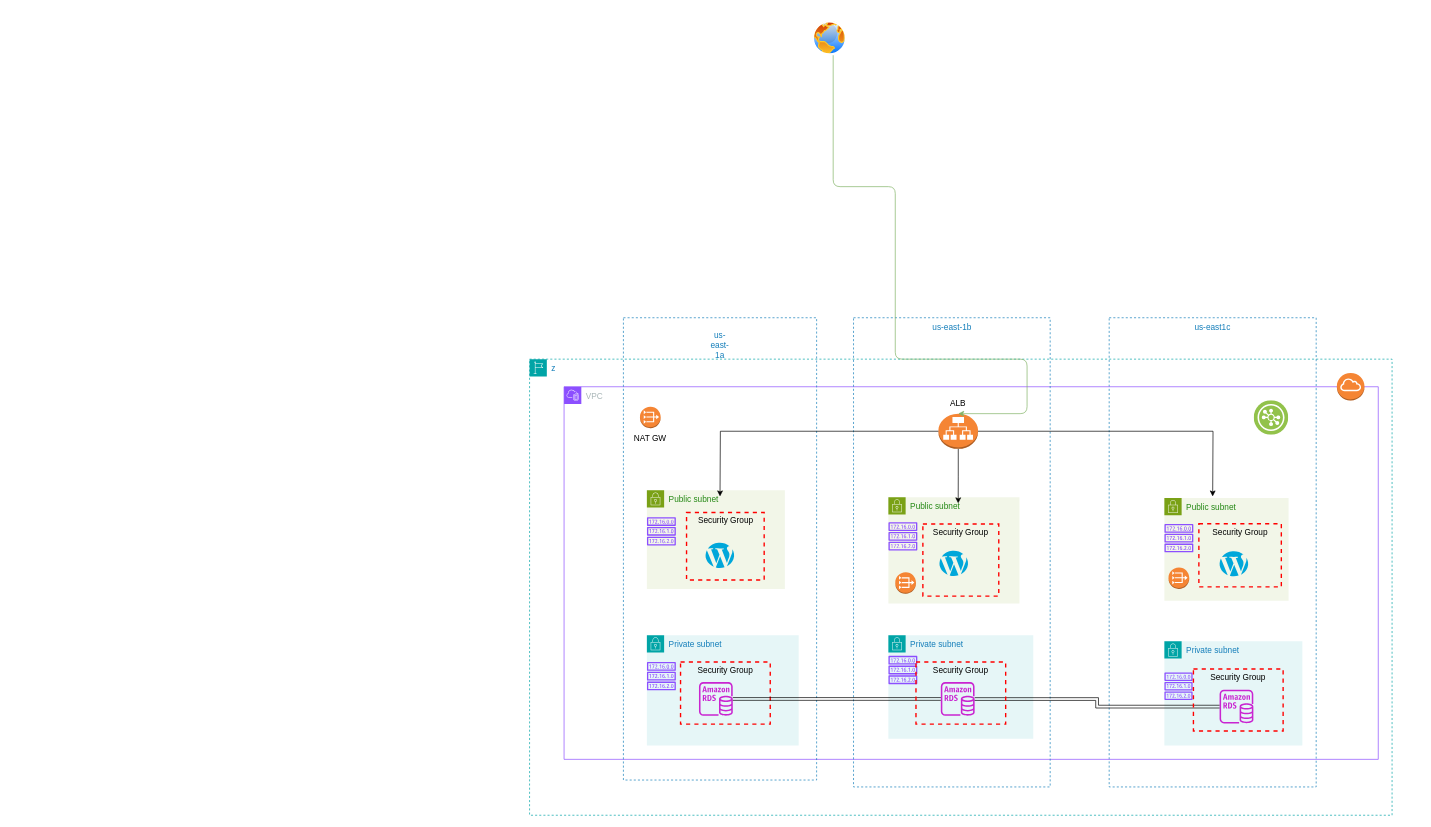
Before: Wordpress-Deploy-on-AWS-Architecture.drawio in franklynux/Advanced-WordPress-Deployment-on-AWS, a draw.io diagram. Source tidied: cells renumbered, new cells numbered last; positions are measured from the earlier drawing's top-left corner, leaving out a move shared by most shapes. Both pictures are drawn from the tidied source at 69%, with x=0, y=0 at pixel (529, 21).
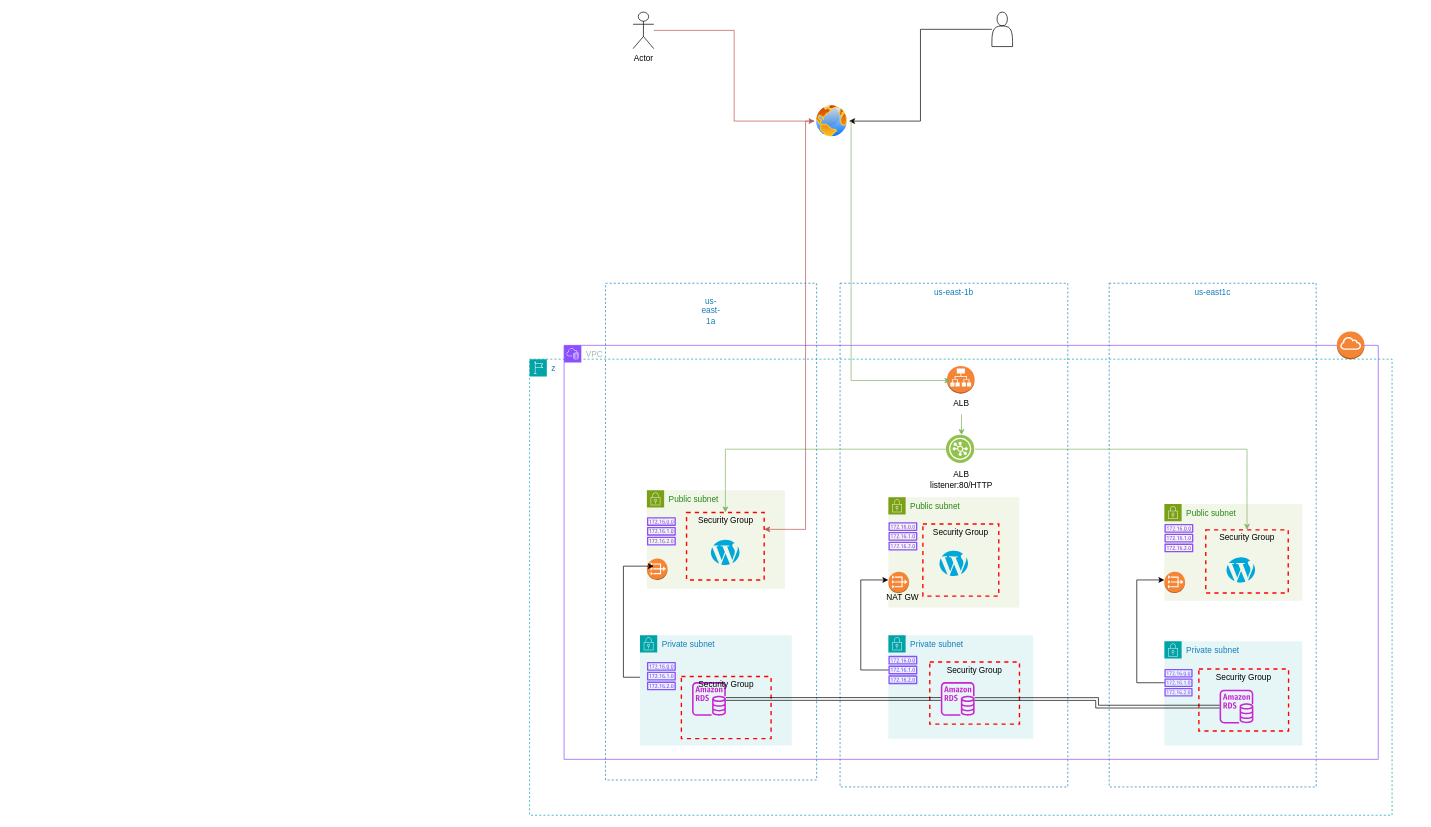
Above is the later version.

Unchanged cells that the change refers to:
```xml
<mxCell id="2" value="z" style="gradientColor=none;html=1;whiteSpace=wrap;fontSize=12;fontStyle=0;shape=mxgraph.aws4.group;grIcon=mxgraph.aws4.group_region;strokeColor=#00A4A6;fillColor=none;verticalAlign=top;align=left;spacingLeft=30;fontColor=#147EBA;dashed=1;" parent="1" vertex="1">
  <mxGeometry y="490" width="1250" height="661" as="geometry" />
</mxCell>
<mxCell id="14" value="Private subnet" style="gradientColor=none;html=1;whiteSpace=wrap;fontSize=12;fontStyle=0;shape=mxgraph.aws4.group;grIcon=mxgraph.aws4.group_security_group;grStroke=0;strokeColor=#00A4A6;fillColor=#E6F6F7;verticalAlign=top;align=left;spacingLeft=30;fontColor=#147EBA;dashed=0;" parent="2" vertex="1">
  <mxGeometry x="520" y="400" width="210" height="150" as="geometry" />
</mxCell>
<mxCell id="16" style="sketch=0;outlineConnect=0;fontColor=#232F3E;gradientColor=none;fillColor=#8C4FFF;strokeColor=none;dashed=0;verticalLabelPosition=bottom;verticalAlign=top;align=center;html=1;fontSize=12;fontStyle=0;shape=mxgraph.aws4.route_table;" parent="14" vertex="1">
  <mxGeometry y="30" width="42.1" height="41" as="geometry" />
</mxCell>
<mxCell id="20" value="Private subnet" style="gradientColor=none;html=1;whiteSpace=wrap;fontSize=12;fontStyle=0;shape=mxgraph.aws4.group;grIcon=mxgraph.aws4.group_security_group;grStroke=0;strokeColor=#00A4A6;fillColor=#E6F6F7;verticalAlign=top;align=left;spacingLeft=30;fontColor=#147EBA;dashed=0;" parent="2" vertex="1">
  <mxGeometry x="920" y="409" width="200" height="151" as="geometry" />
</mxCell>
<mxCell id="30" value="Security Group" style="fontStyle=0;verticalAlign=top;align=center;spacingTop=-2;fillColor=none;rounded=0;whiteSpace=wrap;html=1;strokeColor=#FF0000;strokeWidth=2;dashed=1;" parent="2" vertex="1">
  <mxGeometry x="227.5" y="222.2" width="112.5" height="97.8" as="geometry" />
</mxCell>
```

Change to the diagram source:
```diff
@@
     <mxCell id="3" value="us-east1c" style="fillColor=none;strokeColor=#147EBA;dashed=1;verticalAlign=top;fontStyle=0;fontColor=#147EBA;whiteSpace=wrap;html=1;" parent="2" vertex="1">
-      <mxGeometry x="840" y="-60" width="300" height="680" as="geometry" />
+      <mxGeometry x="840" y="-110" width="300" height="730" as="geometry" />
     </mxCell>
     <mxCell id="4" value="VPC" style="gradientColor=none;html=1;whiteSpace=wrap;fontSize=12;fontStyle=0;shape=mxgraph.aws4.group;grIcon=mxgraph.aws4.group_vpc2;strokeColor=#8C4FFF;fillColor=none;verticalAlign=top;align=left;spacingLeft=30;fontColor=#AAB7B8;dashed=0;" parent="2" vertex="1">
-      <mxGeometry x="50" y="40" width="1180" height="540" as="geometry" />
+      <mxGeometry x="50" y="-20" width="1180" height="600" as="geometry" />
     </mxCell>
     <mxCell id="5" value="us-east-1b" style="fillColor=none;strokeColor=#147EBA;dashed=1;verticalAlign=top;fontStyle=0;fontColor=#147EBA;whiteSpace=wrap;html=1;" parent="2" vertex="1">
-      <mxGeometry x="469.5" y="-60" width="285" height="680" as="geometry" />
+      <mxGeometry x="450" y="-110" width="330" height="730" as="geometry" />
     </mxCell>
@@
     <mxCell id="7" value="Public subnet" style="points=[[0,0],[0.25,0],[0.5,0],[0.75,0],[1,0],[1,0.25],[1,0.5],[1,0.75],[1,1],[0.75,1],[0.5,1],[0.25,1],[0,1],[0,0.75],[0,0.5],[0,0.25]];outlineConnect=0;gradientColor=none;html=1;whiteSpace=wrap;fontSize=12;fontStyle=0;shape=mxgraph.aws4.group;grIcon=mxgraph.aws4.group_security_group;grStroke=0;strokeColor=#7AA116;fillColor=#F2F6E8;verticalAlign=top;align=left;spacingLeft=30;fontColor=#248814;dashed=0;" parent="2" vertex="1">
-      <mxGeometry x="520" y="200" width="190" height="154" as="geometry" />
+      <mxGeometry x="520" y="200" width="190" height="160" as="geometry" />
     </mxCell>
@@
+    <mxCell id="42" style="dashed=0;verticalLabelPosition=bottom;verticalAlign=top;align=center;html=1;shape=mxgraph.aws3.vpc_nat_gateway;fillColor=#F58534;gradientColor=none;" parent="7" vertex="1">
+      <mxGeometry y="108" width="30" height="31" as="geometry" />
+    </mxCell>
+    <mxCell id="41" value="NAT GW" style="text;html=1;align=center;verticalAlign=middle;whiteSpace=wrap;rounded=0;" parent="7" vertex="1">
+      <mxGeometry x="-9" y="130" width="60" height="30" as="geometry" />
+    </mxCell>
     <mxCell id="9" value="&lt;blockquote&gt;&lt;blockquote&gt;&lt;blockquote&gt;&lt;blockquote&gt;&lt;blockquote&gt;&lt;blockquote&gt;&lt;blockquote&gt;&lt;blockquote&gt;&lt;blockquote&gt;&lt;blockquote&gt;&lt;blockquote&gt;&lt;blockquote&gt;&lt;blockquote&gt;&lt;blockquote&gt;&lt;blockquote&gt;&lt;blockquote&gt;&lt;blockquote&gt;&lt;blockquote&gt;&lt;blockquote&gt;&lt;blockquote&gt;&lt;blockquote&gt;&lt;blockquote&gt;&lt;blockquote&gt;&lt;blockquote&gt;&lt;blockquote&gt;us-east-1a&lt;/blockquote&gt;&lt;/blockquote&gt;&lt;/blockquote&gt;&lt;/blockquote&gt;&lt;/blockquote&gt;&lt;/blockquote&gt;&lt;/blockquote&gt;&lt;/blockquote&gt;&lt;/blockquote&gt;&lt;/blockquote&gt;&lt;/blockquote&gt;&lt;/blockquote&gt;&lt;/blockquote&gt;&lt;/blockquote&gt;&lt;/blockquote&gt;&lt;/blockquote&gt;&lt;/blockquote&gt;&lt;/blockquote&gt;&lt;/blockquote&gt;&lt;/blockquote&gt;&lt;/blockquote&gt;&lt;/blockquote&gt;&lt;/blockquote&gt;&lt;/blockquote&gt;&lt;/blockquote&gt;" style="fillColor=none;strokeColor=#147EBA;dashed=1;verticalAlign=top;fontStyle=0;fontColor=#147EBA;whiteSpace=wrap;html=1;" parent="2" vertex="1">
-      <mxGeometry x="136" y="-60" width="280" height="670" as="geometry" />
+      <mxGeometry x="110" y="-110" width="306" height="720" as="geometry" />
     </mxCell>
     <mxCell id="10" value="Public subnet" style="gradientColor=none;html=1;whiteSpace=wrap;fontSize=12;fontStyle=0;shape=mxgraph.aws4.group;grIcon=mxgraph.aws4.group_security_group;grStroke=0;strokeColor=#7AA116;fillColor=#F2F6E8;verticalAlign=top;align=left;spacingLeft=30;fontColor=#248814;dashed=0;" parent="2" vertex="1">
-      <mxGeometry x="920" y="201.1" width="180" height="148.9" as="geometry" />
+      <mxGeometry x="920" y="210" width="200" height="140" as="geometry" />
     </mxCell>
     <mxCell id="11" value="Security Group" style="fontStyle=0;verticalAlign=top;align=center;spacingTop=-2;fillColor=none;rounded=0;whiteSpace=wrap;html=1;strokeColor=#FF0000;strokeWidth=2;dashed=1;" parent="10" vertex="1">
-      <mxGeometry x="50" y="37.4" width="119.5" height="91.5" as="geometry" />
+      <mxGeometry x="60" y="37.4" width="119.5" height="91.5" as="geometry" />
     </mxCell>
@@
     <mxCell id="13" style="dashed=0;verticalLabelPosition=bottom;verticalAlign=top;align=center;html=1;shape=mxgraph.aws3.vpc_nat_gateway;fillColor=#F58534;gradientColor=none;" parent="10" vertex="1">
-      <mxGeometry x="6" y="100.9" width="30" height="31" as="geometry" />
+      <mxGeometry y="98" width="30" height="31" as="geometry" />
     </mxCell>
@@
+    <mxCell id="38" value="Security Group" style="fontStyle=0;verticalAlign=top;align=center;spacingTop=-2;fillColor=none;rounded=0;whiteSpace=wrap;html=1;strokeColor=#FF0000;strokeWidth=2;dashed=1;" parent="14" vertex="1">
+      <mxGeometry x="60" y="39" width="130" height="90" as="geometry" />
+    </mxCell>
     <mxCell id="17" value="Private subnet" style="gradientColor=none;html=1;whiteSpace=wrap;fontSize=12;fontStyle=0;shape=mxgraph.aws4.group;grIcon=mxgraph.aws4.group_security_group;grStroke=0;strokeColor=#00A4A6;fillColor=#E6F6F7;verticalAlign=top;align=left;spacingLeft=30;fontColor=#147EBA;dashed=0;" parent="2" vertex="1">
-      <mxGeometry x="170" y="400" width="220" height="160" as="geometry" />
+      <mxGeometry x="160" y="400" width="220" height="160" as="geometry" />
     </mxCell>
@@
     <mxCell id="19" value="Security Group" style="fontStyle=0;verticalAlign=top;align=center;spacingTop=-2;fillColor=none;rounded=0;whiteSpace=wrap;html=1;strokeColor=#FF0000;strokeWidth=2;dashed=1;" parent="17" vertex="1">
-      <mxGeometry x="48.8" y="39" width="130" height="90" as="geometry" />
+      <mxGeometry x="60" y="60" width="130" height="90" as="geometry" />
     </mxCell>
@@
+    <mxCell id="39" value="Security Group" style="fontStyle=0;verticalAlign=top;align=center;spacingTop=-2;fillColor=none;rounded=0;whiteSpace=wrap;html=1;strokeColor=#FF0000;strokeWidth=2;dashed=1;" parent="20" vertex="1">
+      <mxGeometry x="50" y="40" width="130" height="90" as="geometry" />
+    </mxCell>
-    <mxCell id="22" style="edgeStyle=orthogonalEdgeStyle;rounded=0;jettySize=auto;html=1;strokeColor=none;curved=1;" parent="2" edge="1" target="7">
+    <mxCell id="22" style="edgeStyle=orthogonalEdgeStyle;rounded=0;jettySize=auto;html=1;strokeColor=none;curved=1;" parent="2" edge="1" source="47" target="7">
       <mxGeometry relative="1" as="geometry">
-        <mxPoint x="625" y="169" as="sourcePoint" />
         <Array as="points">
-          <mxPoint x="626" y="169" />
-          <mxPoint x="626" y="190" />
           <mxPoint x="625" y="190" />
         </Array>
       </mxGeometry>
     </mxCell>
-    <mxCell id="23" style="edgeStyle=orthogonalEdgeStyle;rounded=0;jettySize=auto;html=1;flowAnimation=1;" parent="2" edge="1" source="24">
-      <mxGeometry relative="1" as="geometry">
-        <mxPoint x="621.2" y="209" as="targetPoint" />
-      </mxGeometry>
-    </mxCell>
-    <mxCell id="24" style="outlineConnect=0;dashed=0;verticalLabelPosition=bottom;verticalAlign=top;align=center;html=1;shape=mxgraph.aws3.application_load_balancer;fillColor=#F58534;gradientColor=none;" parent="2" vertex="1">
-      <mxGeometry x="592.5" y="79" width="57.5" height="51" as="geometry" />
-    </mxCell>
-    <mxCell id="25" value="ALB" style="text;html=1;align=center;verticalAlign=middle;whiteSpace=wrap;rounded=0;" parent="2" vertex="1">
-      <mxGeometry x="591.2" y="49" width="60" height="30" as="geometry" />
-    </mxCell>
-    <mxCell id="26" style="edgeStyle=orthogonalEdgeStyle;rounded=0;jettySize=auto;html=1;flowAnimation=1;" parent="2" edge="1" source="24">
-      <mxGeometry relative="1" as="geometry">
-        <mxPoint x="276" y="199" as="targetPoint" />
-      </mxGeometry>
-    </mxCell>
-    <mxCell id="27" style="edgeStyle=orthogonalEdgeStyle;rounded=0;jettySize=auto;html=1;flowAnimation=1;" parent="2" edge="1" source="24">
-      <mxGeometry relative="1" as="geometry">
-        <mxPoint x="990" y="199" as="targetPoint" />
-      </mxGeometry>
-    </mxCell>
@@
     <mxCell id="31" style="dashed=0;html=1;align=center;labelPosition=center;verticalLabelPosition=bottom;verticalAlign=top;shape=mxgraph.weblogos.wordpress;fillColor=#00A7DA;strokeColor=none;" parent="30" vertex="1">
-      <mxGeometry x="27" y="43.5" width="43" height="37.2" as="geometry" />
+      <mxGeometry x="34.8" y="39.2" width="43" height="37.2" as="geometry" />
     </mxCell>
@@
     <mxCell id="37" style="sketch=0;outlineConnect=0;fontColor=#232F3E;gradientColor=none;fillColor=#8C4FFF;strokeColor=none;dashed=0;verticalLabelPosition=bottom;verticalAlign=top;align=center;html=1;fontSize=12;fontStyle=0;shape=mxgraph.aws4.route_table;" parent="2" vertex="1">
-      <mxGeometry x="920" y="454" width="41" height="40" as="geometry" />
+      <mxGeometry x="920" y="449" width="41" height="40" as="geometry" />
     </mxCell>
-    <mxCell id="38" value="Security Group" style="fontStyle=0;verticalAlign=top;align=center;spacingTop=-2;fillColor=none;rounded=0;whiteSpace=wrap;html=1;strokeColor=#FF0000;strokeWidth=2;dashed=1;" parent="2" vertex="1">
-      <mxGeometry x="560" y="439" width="130" height="90" as="geometry" />
-    </mxCell>
-    <mxCell id="39" value="Security Group" style="fontStyle=0;verticalAlign=top;align=center;spacingTop=-2;fillColor=none;rounded=0;whiteSpace=wrap;html=1;strokeColor=#FF0000;strokeWidth=2;dashed=1;" parent="2" vertex="1">
-      <mxGeometry x="962.1" y="449" width="130" height="90" as="geometry" />
-    </mxCell>
     <mxCell id="40" style="outlineConnect=0;dashed=0;verticalLabelPosition=bottom;verticalAlign=top;align=center;html=1;shape=mxgraph.aws3.vpc_nat_gateway;fillColor=#F58534;gradientColor=none;" parent="2" vertex="1">
-      <mxGeometry x="160" y="69" width="30" height="31" as="geometry" />
+      <mxGeometry x="170" y="289" width="30" height="31" as="geometry" />
     </mxCell>
-    <mxCell id="41" value="NAT GW" style="text;html=1;align=center;verticalAlign=middle;whiteSpace=wrap;rounded=0;" parent="2" vertex="1">
-      <mxGeometry x="145" y="100" width="60" height="30" as="geometry" />
-    </mxCell>
-    <mxCell id="42" style="dashed=0;verticalLabelPosition=bottom;verticalAlign=top;align=center;html=1;shape=mxgraph.aws3.vpc_nat_gateway;fillColor=#F58534;gradientColor=none;" parent="2" vertex="1">
-      <mxGeometry x="530" y="309" width="30" height="31" as="geometry" />
-    </mxCell>
+    <mxCell id="47" value="ALB listener:80/HTTP" style="text;html=1;align=center;verticalAlign=middle;whiteSpace=wrap;rounded=0;" parent="2" vertex="1">
+      <mxGeometry x="584" y="160" width="84" height="30" as="geometry" />
+    </mxCell>
+    <mxCell id="44" style="image;perimeter=ellipsePerimeter;html=1;align=center;shadow=0;dashed=0;fontColor=#4277BB;labelBackgroundColor=default;fontSize=12;spacingTop=3;image=img/lib/ibm/vpc/LoadBalancerListener.svg;" parent="2" vertex="1">
+      <mxGeometry x="604" y="110" width="41" height="41" as="geometry" />
+    </mxCell>
+    <mxCell id="48" style="dashed=0;verticalLabelPosition=bottom;verticalAlign=top;align=center;html=1;shape=mxgraph.aws3.application_load_balancer;fillColor=#F58536;gradientColor=none;" parent="2" vertex="1">
+      <mxGeometry x="605" y="10" width="40" height="40" as="geometry" />
+    </mxCell>
+    <mxCell id="49" style="edgeStyle=orthogonalEdgeStyle;rounded=0;jettySize=auto;html=1;exitX=0.5;exitY=1;exitDx=0;exitDy=0;flowAnimation=1;fillColor=#d5e8d4;strokeColor=#82b366;" parent="2" edge="1" source="25">
+      <mxGeometry relative="1" as="geometry">
+        <mxPoint x="626" y="110" as="targetPoint" />
+      </mxGeometry>
+    </mxCell>
+    <mxCell id="25" value="ALB" style="text;html=1;align=center;verticalAlign=middle;whiteSpace=wrap;rounded=0;" parent="2" vertex="1">
+      <mxGeometry x="596" y="50" width="60" height="30" as="geometry" />
+    </mxCell>
+    <mxCell id="50" style="edgeStyle=orthogonalEdgeStyle;rounded=0;jettySize=auto;html=1;" parent="2" edge="1" source="37">
+      <mxGeometry relative="1" as="geometry">
+        <mxPoint x="920" y="320" as="targetPoint" />
+        <Array as="points">
+          <mxPoint x="880" y="469" />
+          <mxPoint x="880" y="320" />
+        </Array>
+      </mxGeometry>
+    </mxCell>
+    <mxCell id="51" style="edgeStyle=orthogonalEdgeStyle;rounded=0;jettySize=auto;html=1;" parent="2" edge="1" source="16">
+      <mxGeometry relative="1" as="geometry">
+        <mxPoint x="520" y="320" as="targetPoint" />
+        <Array as="points">
+          <mxPoint x="480" y="451" />
+          <mxPoint x="480" y="320" />
+        </Array>
+      </mxGeometry>
+    </mxCell>
+    <mxCell id="52" style="edgeStyle=orthogonalEdgeStyle;rounded=0;jettySize=auto;html=1;entryX=0.333;entryY=0.355;entryDx=0;entryDy=0;entryPerimeter=0;" parent="2" edge="1" target="40">
+      <mxGeometry relative="1" as="geometry">
+        <mxPoint x="160" y="461" as="sourcePoint" />
+        <Array as="points">
+          <mxPoint x="136" y="461" />
+          <mxPoint x="136" y="300" />
+        </Array>
+      </mxGeometry>
+    </mxCell>
+    <mxCell id="53" style="edgeStyle=orthogonalEdgeStyle;rounded=0;jettySize=auto;html=1;entryX=0.5;entryY=0;entryDx=0;entryDy=0;flowAnimation=1;fillColor=#d5e8d4;strokeColor=#82b366;" parent="2" edge="1" source="44" target="11">
+      <mxGeometry relative="1" as="geometry">
+        <Array as="points">
+          <mxPoint x="1040" y="131" />
+        </Array>
+      </mxGeometry>
+    </mxCell>
+    <mxCell id="54" style="edgeStyle=orthogonalEdgeStyle;rounded=0;jettySize=auto;html=1;fillColor=#d5e8d4;strokeColor=#82b366;flowAnimation=1;" parent="2" edge="1" source="44" target="30">
+      <mxGeometry relative="1" as="geometry" />
+    </mxCell>
+    <mxCell id="55" style="edgeStyle=orthogonalEdgeStyle;rounded=0;jettySize=auto;html=1;entryX=1;entryY=0.25;entryDx=0;entryDy=0;shadow=0;flowAnimation=1;fillColor=#f8cecc;strokeColor=#b85450;" parent="1" edge="1" source="46" target="30">
+      <mxGeometry relative="1" as="geometry">
+        <Array as="points">
+          <mxPoint x="400" y="145" />
+          <mxPoint x="400" y="737" />
+        </Array>
+      </mxGeometry>
+    </mxCell>
+    <mxCell id="46" style="image;perimeter=ellipsePerimeter;html=1;align=center;shadow=0;dashed=0;spacingTop=3;image=img/lib/active_directory/internet_globe.svg;" parent="1" vertex="1">
+      <mxGeometry x="413" y="120" width="50" height="50" as="geometry" />
+    </mxCell>
-    <mxCell id="43" style="dashed=0;verticalLabelPosition=bottom;verticalAlign=top;align=center;html=1;shape=mxgraph.aws3.internet_gateway;fillColor=#F58534;gradientColor=none;" parent="2" vertex="1">
-      <mxGeometry x="1170" y="20" width="40" height="40" as="geometry" />
+    <mxCell id="43" style="dashed=0;verticalLabelPosition=bottom;verticalAlign=top;align=center;html=1;shape=mxgraph.aws3.internet_gateway;fillColor=#F58534;gradientColor=none;" parent="1" vertex="1">
+      <mxGeometry x="1170" y="450" width="40" height="40" as="geometry" />
     </mxCell>
-    <mxCell id="44" style="image;perimeter=ellipsePerimeter;html=1;align=center;shadow=0;dashed=0;fontColor=#4277BB;labelBackgroundColor=default;fontSize=12;spacingTop=3;image=img/lib/ibm/vpc/LoadBalancerListener.svg;" parent="2" vertex="1">
-      <mxGeometry x="1050" y="60" width="50" height="50" as="geometry" />
-    </mxCell>
-    <mxCell id="45" style="edgeStyle=orthogonalEdgeStyle;rounded=1;jettySize=auto;html=1;curved=0;jumpStyle=none;entryX=0.5;entryY=1;entryDx=0;entryDy=0;fillColor=#d5e8d4;strokeColor=#82b366;flowAnimation=1;" parent="1" edge="1" source="46" target="25">
-      <mxGeometry relative="1" as="geometry">
-        <Array as="points">
-          <mxPoint x="440" y="240" />
-          <mxPoint x="530" y="240" />
-          <mxPoint x="530" y="490" />
-          <mxPoint x="721" y="490" />
-        </Array>
-      </mxGeometry>
-    </mxCell>
-    <mxCell id="46" style="image;perimeter=ellipsePerimeter;html=1;align=center;shadow=0;dashed=0;spacingTop=3;image=img/lib/active_directory/internet_globe.svg;" parent="1" vertex="1">
-      <mxGeometry x="410" width="50" height="50" as="geometry" />
-    </mxCell>
+    <mxCell id="56" style="edgeStyle=orthogonalEdgeStyle;rounded=0;jettySize=auto;html=1;entryX=0;entryY=0.5;entryDx=0;entryDy=0;fillColor=#f8cecc;strokeColor=#b85450;" parent="1" edge="1" source="57" target="46">
+      <mxGeometry relative="1" as="geometry" />
+    </mxCell>
+    <mxCell id="57" value="Actor" style="shape=umlActor;verticalLabelPosition=bottom;verticalAlign=top;html=1;outlineConnect=0;" parent="1" vertex="1">
+      <mxGeometry x="150" y="-13" width="30" height="53" as="geometry" />
+    </mxCell>
+    <mxCell id="58" style="edgeStyle=orthogonalEdgeStyle;rounded=0;jettySize=auto;html=1;entryX=1;entryY=0.5;entryDx=0;entryDy=0;" parent="1" edge="1" source="59" target="46">
+      <mxGeometry relative="1" as="geometry" />
+    </mxCell>
+    <mxCell id="59" style="shape=actor;whiteSpace=wrap;html=1;" parent="1" vertex="1">
+      <mxGeometry x="670" y="-13" width="30" height="50" as="geometry" />
+    </mxCell>
+    <mxCell id="60" style="edgeStyle=orthogonalEdgeStyle;rounded=0;jettySize=auto;html=1;flowAnimation=1;exitX=1;exitY=0.5;exitDx=0;exitDy=0;fillColor=#d5e8d4;strokeColor=#82b366;" parent="1" edge="1" source="46">
+      <mxGeometry relative="1" as="geometry">
+        <mxPoint x="610" y="521" as="targetPoint" />
+        <Array as="points">
+          <mxPoint x="466" y="145" />
+          <mxPoint x="466" y="521" />
+        </Array>
+      </mxGeometry>
+    </mxCell>
```
